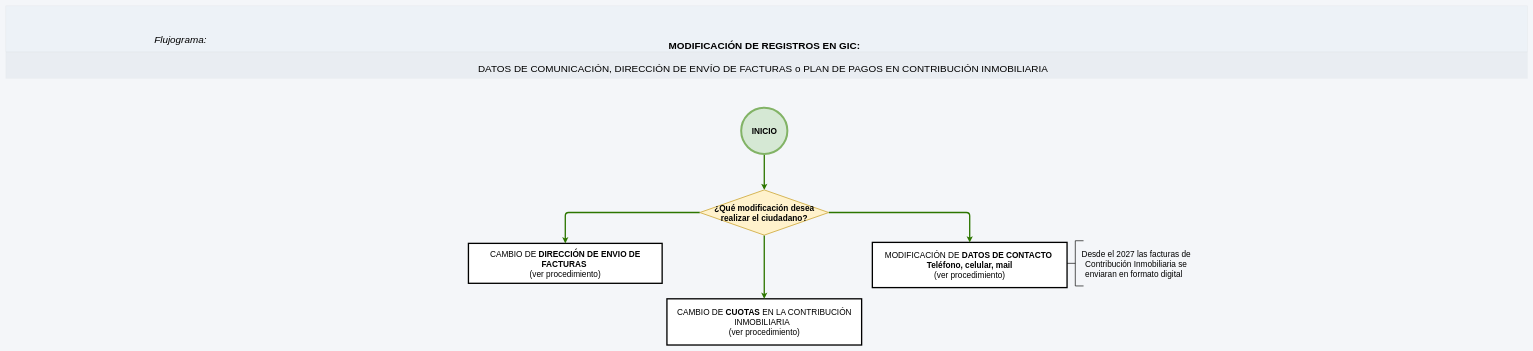
Earlier version of the draw.io diagram page "Modificación de registros en GIC" (1 of 4) of Modificacion_registros_GIC/Modificacion_registros_GIC.drawio (adlc20/Manual_de_procedimientos_ccz9). Source tidied: cells renumbered, new cells numbered last; positions are measured from the earlier drawing's top-left corner, leaving out a move shared by most shapes. Both pictures are drawn from the tidied source at 33%, with x=0, y=0 at pixel (6, 6).
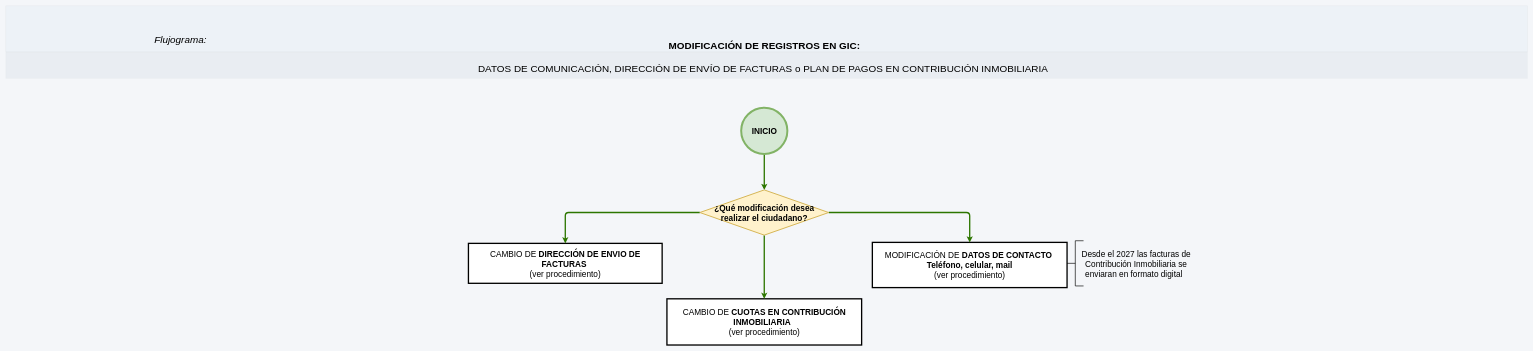
The same page after the edit.

Diff of the diagram source:
```diff
@@
 <mxGraphModel background="light-dark(#F4F6F9,#121212)">
   <root>
     <mxCell id="0" />
     <mxCell id="1" parent="0" />
     <mxCell id="2" style="verticalLabelPosition=bottom;verticalAlign=middle;html=1;shape=mxgraph.basic.patternFillRect;step=5;fillStrokeWidth=0.2;fillStrokeColor=#dddddd;fillColor=#EDF2F7;strokeWidth=0;dashed=1;dashPattern=1 4;rounded=1;align=center;fontFamily=Helvetica;fontSize=12;fontColor=#2D3748;" parent="1" vertex="1">
       <mxGeometry width="4611" height="140" as="geometry" />
     </mxCell>
     <mxCell id="3" style="verticalLabelPosition=bottom;verticalAlign=top;html=1;shape=mxgraph.basic.patternFillRect;fillStyle=auto;step=5;fillStrokeWidth=0.2;fillStrokeColor=#dddddd;fillColor=#E0E5EB;strokeWidth=0;opacity=50;fontColor=#ffffff;shadow=0;comic=0;align=center;fontFamily=Helvetica;fontSize=12;gradientColor=none;" parent="1" vertex="1">
       <mxGeometry y="140" width="4611" height="80" as="geometry" />
     </mxCell>
     <mxCell id="4" value="&lt;font style=&quot;font-size: 30px;&quot;&gt;&lt;i&gt;Flujograma:&amp;nbsp;&lt;/i&gt;&lt;/font&gt;" style="text;html=1;whiteSpace=wrap;strokeColor=none;fillColor=none;align=center;verticalAlign=middle;rounded=0;" parent="1" vertex="1">
       <mxGeometry x="381" y="80" width="305" height="44" as="geometry" />
     </mxCell>
     <mxCell id="5" value="&lt;font style=&quot;font-size: 30px;&quot;&gt;&lt;b&gt;MODIFICACIÓN DE REGISTROS EN GIC:&lt;/b&gt;&lt;/font&gt;&lt;div&gt;&lt;font style=&quot;font-size: 30px;&quot;&gt;&lt;br&gt;&lt;/font&gt;&lt;div&gt;&lt;font style=&quot;font-size: 30px;&quot;&gt;&lt;span style=&quot;background-color: transparent; color: light-dark(rgb(0, 0, 0), rgb(255, 255, 255));&quot;&gt;DATOS DE COMUNICACIÓN,&amp;nbsp;&lt;/span&gt;DIRECCIÓN DE ENVÍO DE FACTURAS o PLAN DE PAGOS EN CONTRIBUCIÓN INMOBILIARIA&amp;nbsp;&lt;/font&gt;&lt;/div&gt;&lt;/div&gt;" style="text;html=1;whiteSpace=wrap;strokeColor=none;fillColor=none;align=center;verticalAlign=top;rounded=0;" parent="1" vertex="1">
       <mxGeometry x="1356.5" y="95" width="1884.1" height="100" as="geometry" />
     </mxCell>
     <mxCell id="6" value="&lt;font style=&quot;font-size: 25px;&quot;&gt;CAMBIO DE &lt;b&gt;DIRECCIÓN DE ENVIO DE FACTURAS&lt;/b&gt;&amp;nbsp;&lt;/font&gt;&lt;div&gt;&lt;font style=&quot;font-size: 25px;&quot;&gt;(ver procedimiento)&lt;/font&gt;&lt;/div&gt;" style="rounded=0;whiteSpace=wrap;html=1;strokeWidth=4;" parent="1" vertex="1">
       <mxGeometry x="1402" y="720" width="587" height="121" as="geometry" />
     </mxCell>
-    <mxCell id="7" value="&lt;span style=&quot;font-size: 25px;&quot;&gt;CAMBIO DE&lt;b&gt; CUOTAS&lt;/b&gt; EN LA CONTRIBUCIÓN INMOBILIARIA&amp;nbsp;&amp;nbsp;&lt;/span&gt;&lt;div&gt;&lt;div&gt;&lt;span style=&quot;font-size: 25px;&quot;&gt;(ver procedimiento)&lt;/span&gt;&lt;/div&gt;&lt;/div&gt;" style="rounded=0;whiteSpace=wrap;html=1;strokeWidth=4;" parent="1" vertex="1">
+    <mxCell id="7" value="&lt;span style=&quot;font-size: 25px;&quot;&gt;CAMBIO DE&lt;b&gt; CUOTAS&lt;/b&gt; &lt;b&gt;EN CONTRIBUCIÓN INMOBILIARIA&amp;nbsp;&lt;/b&gt;&amp;nbsp;&lt;/span&gt;&lt;div&gt;&lt;div&gt;&lt;span style=&quot;font-size: 25px;&quot;&gt;(ver procedimiento)&lt;/span&gt;&lt;/div&gt;&lt;/div&gt;" style="rounded=0;whiteSpace=wrap;html=1;strokeWidth=4;" parent="1" vertex="1">
       <mxGeometry x="2003.5" y="888" width="590" height="140" as="geometry" />
     </mxCell>
     <mxCell id="8" value="&lt;span style=&quot;font-size: 25px;&quot;&gt;MODIFICACIÓN DE &lt;b&gt;DATOS DE CONTACTO&amp;nbsp;&lt;/b&gt;&lt;/span&gt;&lt;div&gt;&lt;span style=&quot;font-size: 25px;&quot;&gt;&lt;b&gt;Teléfono, celular, mail&lt;br&gt;&lt;/b&gt;&lt;/span&gt;&lt;div&gt;&lt;span style=&quot;font-size: 25px;&quot;&gt;(ver procedimiento)&lt;/span&gt;&lt;/div&gt;&lt;/div&gt;" style="rounded=0;whiteSpace=wrap;html=1;strokeWidth=4;" parent="1" vertex="1">
       <mxGeometry x="2626" y="717" width="590" height="137" as="geometry" />
     </mxCell>
     <mxCell id="9" style="edgeStyle=orthogonalEdgeStyle;rounded=0;jettySize=auto;html=1;exitX=0.5;exitY=1;exitDx=0;exitDy=0;fillColor=#60a917;strokeColor=#2D7600;strokeWidth=4;entryX=0.5;entryY=0;entryDx=0;entryDy=0;" parent="1" edge="1" source="10" target="14">
       <mxGeometry x="-0.39" relative="1" as="geometry" />
     </mxCell>
     <mxCell id="10" value="&lt;font&gt;&lt;b&gt;INICIO&lt;/b&gt;&lt;/font&gt;" style="ellipse;whiteSpace=wrap;html=1;fillColor=#D5E8D4;strokeColor=#82b366;strokeWidth=6;gradientColor=none;fontSize=25;" parent="1" vertex="1">
       <mxGeometry x="2228.5" y="309" width="140" height="140" as="geometry" />
     </mxCell>
     <mxCell id="11" style="edgeStyle=orthogonalEdgeStyle;rounded=1;jettySize=auto;html=1;exitX=0;exitY=0.5;exitDx=0;exitDy=0;entryX=0.5;entryY=0;entryDx=0;entryDy=0;fillColor=#60a917;strokeColor=#2D7600;strokeWidth=4;curved=0;" parent="1" edge="1" source="14" target="6">
       <mxGeometry relative="1" as="geometry" />
     </mxCell>
     <mxCell id="12" style="edgeStyle=orthogonalEdgeStyle;rounded=0;jettySize=auto;html=1;exitX=0.5;exitY=1;exitDx=0;exitDy=0;fillColor=#60a917;strokeColor=#2D7600;strokeWidth=4;" parent="1" edge="1" source="14" target="7">
       <mxGeometry relative="1" as="geometry" />
     </mxCell>
     <mxCell id="13" style="edgeStyle=orthogonalEdgeStyle;rounded=1;jettySize=auto;html=1;fillColor=#60a917;strokeColor=#2D7600;strokeWidth=4;curved=0;exitX=1;exitY=0.5;exitDx=0;exitDy=0;" parent="1" edge="1" source="14" target="8">
       <mxGeometry relative="1" as="geometry" />
     </mxCell>
     <mxCell id="14" value="&lt;font&gt;&lt;b&gt;¿Qué modificación desea realizar el ciudadano?&lt;/b&gt;&lt;/font&gt;" style="rhombus;whiteSpace=wrap;html=1;fillColor=#fff2cc;strokeColor=#d6b656;fontSize=25;strokeWidth=3;" parent="1" vertex="1">
       <mxGeometry x="2103.2" y="558" width="390.5" height="137" as="geometry" />
     </mxCell>
     <mxCell id="15" style="strokeWidth=2;html=1;shape=mxgraph.flowchart.annotation_2;align=left;labelPosition=right;" parent="1" vertex="1">
       <mxGeometry x="3216" y="712" width="50" height="137" as="geometry" />
     </mxCell>
     <mxCell id="16" value="&lt;font style=&quot;font-size: 25px;&quot;&gt;Desde el 2027 las facturas de Contribución Inmobiliaria se enviaran en formato digital&amp;nbsp;&amp;nbsp;&lt;/font&gt;" style="text;html=1;whiteSpace=wrap;strokeColor=none;fillColor=none;align=center;verticalAlign=middle;rounded=0;" parent="1" vertex="1">
       <mxGeometry x="3244" y="716" width="363" height="129" as="geometry" />
     </mxCell>
   </root>
 </mxGraphModel>
```
